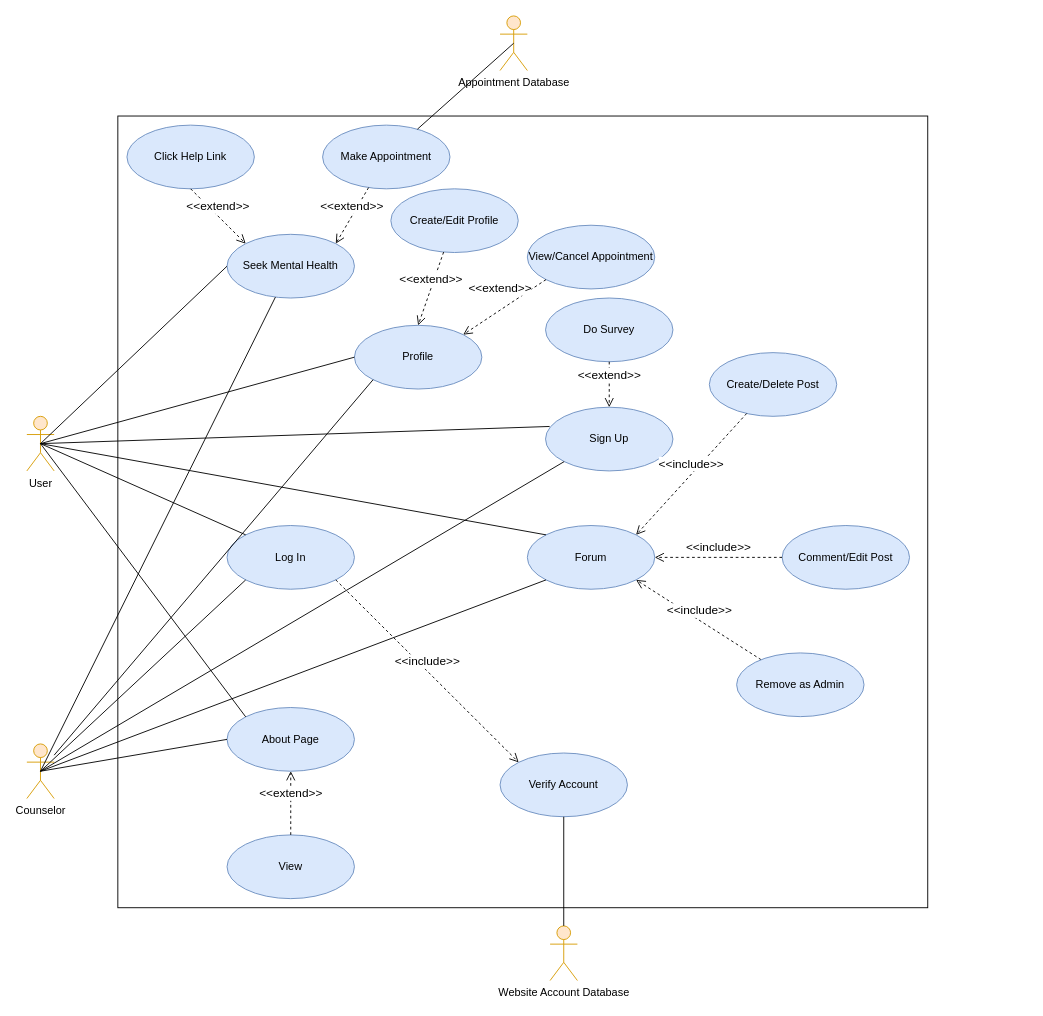
The draw.io diagram page "Use Case Diagram" (2 of 12) of Untitled Diagram.drawio in EliezerOng/CZ2006-Web-Devz, before the edit. Source tidied: cells renumbered, new cells numbered last; positions are measured from the earlier drawing's top-left corner, leaving out a move shared by most shapes. Both pictures are drawn from the tidied source at 91%, with x=0, y=0 at pixel (26, 15).
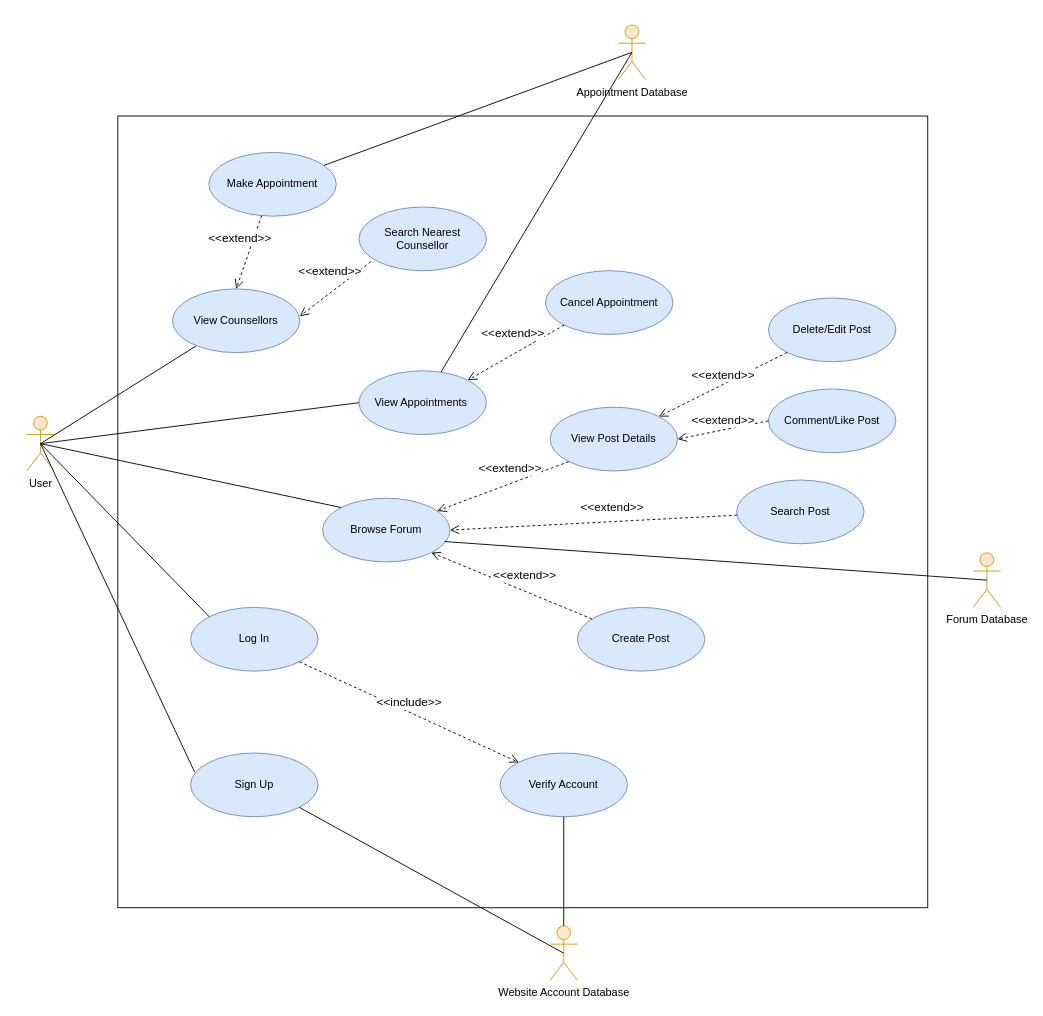
Above is the later version.

The change refers to these unchanged cells:
```xml
<mxCell id="3" value="User" style="shape=umlActor;verticalLabelPosition=bottom;verticalAlign=top;html=1;outlineConnect=0;fillColor=#ffe6cc;strokeColor=#d79b00;" parent="1" vertex="1">
  <mxGeometry y="440" width="30" height="60" as="geometry" />
</mxCell>
<mxCell id="36" value="Website Account Database" style="shape=umlActor;verticalLabelPosition=bottom;verticalAlign=top;html=1;fillColor=#ffe6cc;strokeColor=#d79b00;" parent="1" vertex="1">
  <mxGeometry x="575" y="1000" width="30" height="60" as="geometry" />
</mxCell>
```

Diff of the diagram source:
```diff
@@
-    <mxCell id="4" value="Counselor" style="shape=umlActor;verticalLabelPosition=bottom;verticalAlign=top;html=1;outlineConnect=0;fillColor=#ffe6cc;strokeColor=#d79b00;" parent="1" vertex="1">
-      <mxGeometry y="800" width="30" height="60" as="geometry" />
-    </mxCell>
     <mxCell id="5" value="Log In" style="ellipse;whiteSpace=wrap;html=1;fillColor=#dae8fc;strokeColor=#6c8ebf;" parent="1" vertex="1">
-      <mxGeometry x="220" y="560" width="140" height="70" as="geometry" />
+      <mxGeometry x="180" y="650" width="140" height="70" as="geometry" />
     </mxCell>
-    <mxCell id="6" style="endArrow=none;html=1;rounded=0;exitX=0.5;exitY=0.5;exitDx=0;exitDy=0;exitPerimeter=0;entryX=0;entryY=1;entryDx=0;entryDy=0;" parent="1" edge="1" source="4" target="5">
-      <mxGeometry relative="1" as="geometry" />
-    </mxCell>
@@
     <mxCell id="8" value="Sign Up" style="ellipse;whiteSpace=wrap;html=1;fillColor=#dae8fc;strokeColor=#6c8ebf;" parent="1" vertex="1">
-      <mxGeometry x="570" y="430" width="140" height="70" as="geometry" />
+      <mxGeometry x="180" y="810" width="140" height="70" as="geometry" />
     </mxCell>
@@
-    <mxCell id="10" style="endArrow=none;html=1;rounded=0;exitX=0.5;exitY=0.5;exitDx=0;exitDy=0;exitPerimeter=0;entryX=0;entryY=1;entryDx=0;entryDy=0;" parent="1" edge="1" source="4" target="8">
-      <mxGeometry relative="1" as="geometry" />
-    </mxCell>
-    <mxCell id="11" value="Forum" style="ellipse;whiteSpace=wrap;html=1;fillColor=#dae8fc;strokeColor=#6c8ebf;" parent="1" vertex="1">
-      <mxGeometry x="550" y="560" width="140" height="70" as="geometry" />
+    <mxCell id="11" value="Browse Forum" style="ellipse;whiteSpace=wrap;html=1;fillColor=#dae8fc;strokeColor=#6c8ebf;" parent="1" vertex="1">
+      <mxGeometry x="325" y="530" width="140" height="70" as="geometry" />
     </mxCell>
@@
-    <mxCell id="13" style="endArrow=none;html=1;rounded=0;entryX=0;entryY=1;entryDx=0;entryDy=0;exitX=0.5;exitY=0.5;exitDx=0;exitDy=0;exitPerimeter=0;" parent="1" edge="1" source="4" target="11">
-      <mxGeometry relative="1" as="geometry" />
-    </mxCell>
-    <mxCell id="14" value="Create/Delete Post" style="ellipse;whiteSpace=wrap;html=1;fillColor=#dae8fc;strokeColor=#6c8ebf;" parent="1" vertex="1">
-      <mxGeometry x="750" y="370" width="140" height="70" as="geometry" />
+    <mxCell id="14" value="Delete/Edit Post" style="ellipse;whiteSpace=wrap;html=1;fillColor=#dae8fc;strokeColor=#6c8ebf;" parent="1" vertex="1">
+      <mxGeometry x="815" y="310" width="140" height="70" as="geometry" />
     </mxCell>
-    <mxCell id="15" value="&lt;span style=&quot;font-size: 13px&quot;&gt;&amp;lt;&amp;lt;include&amp;gt;&amp;gt;&lt;/span&gt;" style="html=1;verticalAlign=bottom;endArrow=open;dashed=1;endSize=8;rounded=0;entryX=1;entryY=0;entryDx=0;entryDy=0;" parent="1" edge="1" source="14" target="11">
+    <mxCell id="15" value="&lt;span style=&quot;font-size: 13px;&quot;&gt;&amp;lt;&amp;lt;extend&amp;gt;&amp;gt;&lt;/span&gt;" style="html=1;verticalAlign=bottom;endArrow=open;dashed=1;endSize=8;rounded=0;" parent="1" edge="1" source="14" target="49">
       <mxGeometry relative="1" as="geometry" />
     </mxCell>
-    <mxCell id="16" value="Comment/Edit Post" style="ellipse;whiteSpace=wrap;html=1;fillColor=#dae8fc;strokeColor=#6c8ebf;" parent="1" vertex="1">
-      <mxGeometry x="830" y="560" width="140" height="70" as="geometry" />
+    <mxCell id="16" value="Comment/Like Post" style="ellipse;whiteSpace=wrap;html=1;fillColor=#dae8fc;strokeColor=#6c8ebf;" parent="1" vertex="1">
+      <mxGeometry x="815" y="410" width="140" height="70" as="geometry" />
     </mxCell>
-    <mxCell id="17" value="&lt;span style=&quot;font-size: 13px&quot;&gt;&amp;lt;&amp;lt;include&amp;gt;&amp;gt;&lt;/span&gt;" style="html=1;verticalAlign=bottom;endArrow=open;dashed=1;endSize=8;rounded=0;entryX=1;entryY=0.5;entryDx=0;entryDy=0;exitX=0;exitY=0.5;exitDx=0;exitDy=0;" parent="1" edge="1" source="16" target="11">
+    <mxCell id="17" value="&lt;span style=&quot;font-size: 13px;&quot;&gt;&amp;lt;&amp;lt;extend&amp;gt;&amp;gt;&lt;/span&gt;" style="html=1;verticalAlign=bottom;endArrow=open;dashed=1;endSize=8;rounded=0;exitX=0;exitY=0.5;exitDx=0;exitDy=0;entryX=1;entryY=0.5;entryDx=0;entryDy=0;" parent="1" edge="1" source="16" target="49">
       <mxGeometry relative="1" as="geometry" />
     </mxCell>
-    <mxCell id="18" value="&lt;font style=&quot;font-size: 13px&quot;&gt;&amp;lt;&amp;lt;include&amp;gt;&amp;gt;&lt;/font&gt;" style="html=1;verticalAlign=bottom;endArrow=open;dashed=1;endSize=8;rounded=0;entryX=1;entryY=1;entryDx=0;entryDy=0;" parent="1" edge="1" source="19" target="11">
-      <mxGeometry relative="1" as="geometry" />
-    </mxCell>
-    <mxCell id="19" value="Remove as Admin" style="ellipse;whiteSpace=wrap;html=1;fillColor=#dae8fc;strokeColor=#6c8ebf;" parent="1" vertex="1">
-      <mxGeometry x="780" y="700" width="140" height="70" as="geometry" />
-    </mxCell>
-    <mxCell id="20" value="Seek Mental Health" style="ellipse;whiteSpace=wrap;html=1;fillColor=#dae8fc;strokeColor=#6c8ebf;" parent="1" vertex="1">
-      <mxGeometry x="220" y="240" width="140" height="70" as="geometry" />
-    </mxCell>
-    <mxCell id="21" style="endArrow=none;html=1;rounded=0;exitX=0.5;exitY=0.5;exitDx=0;exitDy=0;exitPerimeter=0;entryX=0;entryY=0.5;entryDx=0;entryDy=0;" parent="1" edge="1" source="3" target="20">
+    <mxCell id="21" style="endArrow=none;html=1;rounded=0;exitX=0.5;exitY=0.5;exitDx=0;exitDy=0;exitPerimeter=0;" parent="1" edge="1" source="3" target="27">
       <mxGeometry relative="1" as="geometry" />
     </mxCell>
-    <mxCell id="22" style="endArrow=none;html=1;rounded=0;exitX=0.5;exitY=0.5;exitDx=0;exitDy=0;exitPerimeter=0;" parent="1" edge="1" source="4" target="20">
-      <mxGeometry relative="1" as="geometry" />
-    </mxCell>
-    <mxCell id="23" value="Do Survey" style="ellipse;whiteSpace=wrap;html=1;fillColor=#dae8fc;strokeColor=#6c8ebf;" parent="1" vertex="1">
-      <mxGeometry x="570" y="310" width="140" height="70" as="geometry" />
-    </mxCell>
-    <mxCell id="24" value="&lt;span style=&quot;font-size: 13px&quot;&gt;&amp;lt;&amp;lt;extend&amp;gt;&amp;gt;&lt;/span&gt;" style="html=1;verticalAlign=bottom;endArrow=open;dashed=1;endSize=8;rounded=0;entryX=0.5;entryY=0;entryDx=0;entryDy=0;exitX=0.5;exitY=1;exitDx=0;exitDy=0;" parent="1" edge="1" source="23" target="8">
-      <mxGeometry relative="1" as="geometry" />
-    </mxCell>
-    <mxCell id="25" value="Click Help Link" style="ellipse;whiteSpace=wrap;html=1;fillColor=#dae8fc;strokeColor=#6c8ebf;" parent="1" vertex="1">
-      <mxGeometry x="110" y="120" width="140" height="70" as="geometry" />
-    </mxCell>
-    <mxCell id="26" value="&lt;span style=&quot;font-size: 13px&quot;&gt;&amp;lt;&amp;lt;extend&amp;gt;&amp;gt;&lt;/span&gt;" style="html=1;verticalAlign=bottom;endArrow=open;dashed=1;endSize=8;rounded=0;entryX=0;entryY=0;entryDx=0;entryDy=0;exitX=0.5;exitY=1;exitDx=0;exitDy=0;" parent="1" edge="1" source="25" target="20">
-      <mxGeometry relative="1" as="geometry" />
-    </mxCell>
-    <mxCell id="27" value="Make Appointment" style="ellipse;whiteSpace=wrap;html=1;fillColor=#dae8fc;strokeColor=#6c8ebf;" parent="1" vertex="1">
-      <mxGeometry x="325" y="120" width="140" height="70" as="geometry" />
+    <mxCell id="27" value="View Counsellors" style="ellipse;whiteSpace=wrap;html=1;fillColor=#dae8fc;strokeColor=#6c8ebf;" parent="1" vertex="1">
+      <mxGeometry x="160" y="300" width="140" height="70" as="geometry" />
     </mxCell>
-    <mxCell id="28" value="&lt;span style=&quot;font-size: 13px&quot;&gt;&amp;lt;&amp;lt;extend&amp;gt;&amp;gt;&lt;/span&gt;" style="html=1;verticalAlign=bottom;endArrow=open;dashed=1;endSize=8;rounded=0;entryX=1;entryY=0;entryDx=0;entryDy=0;" parent="1" edge="1" source="27" target="20">
-      <mxGeometry relative="1" as="geometry" />
-    </mxCell>
-    <mxCell id="29" value="About Page" style="ellipse;whiteSpace=wrap;html=1;fillColor=#dae8fc;strokeColor=#6c8ebf;" parent="1" vertex="1">
-      <mxGeometry x="220" y="760" width="140" height="70" as="geometry" />
-    </mxCell>
-    <mxCell id="30" style="endArrow=none;html=1;rounded=0;exitX=0.5;exitY=0.5;exitDx=0;exitDy=0;exitPerimeter=0;entryX=0;entryY=0;entryDx=0;entryDy=0;" parent="1" edge="1" source="3" target="29">
-      <mxGeometry relative="1" as="geometry" />
-    </mxCell>
-    <mxCell id="31" style="endArrow=none;html=1;rounded=0;exitX=0.5;exitY=0.5;exitDx=0;exitDy=0;exitPerimeter=0;entryX=0;entryY=0.5;entryDx=0;entryDy=0;" parent="1" edge="1" source="4" target="29">
-      <mxGeometry relative="1" as="geometry" />
-    </mxCell>
-    <mxCell id="32" value="View" style="ellipse;whiteSpace=wrap;html=1;fillColor=#dae8fc;strokeColor=#6c8ebf;" parent="1" vertex="1">
-      <mxGeometry x="220" y="900" width="140" height="70" as="geometry" />
-    </mxCell>
-    <mxCell id="33" value="&lt;span style=&quot;font-size: 13px&quot;&gt;&amp;lt;&amp;lt;extend&amp;gt;&amp;gt;&lt;/span&gt;" style="html=1;verticalAlign=bottom;endArrow=open;dashed=1;endSize=8;rounded=0;entryX=0.5;entryY=1;entryDx=0;entryDy=0;" parent="1" edge="1" source="32" target="29">
-      <mxGeometry relative="1" as="geometry" />
-    </mxCell>
@@
     <mxCell id="38" value="Appointment Database" style="shape=umlActor;verticalLabelPosition=bottom;verticalAlign=top;html=1;fillColor=#ffe6cc;strokeColor=#d79b00;" parent="1" vertex="1">
-      <mxGeometry x="520" width="30" height="60" as="geometry" />
+      <mxGeometry x="650" y="10" width="30" height="60" as="geometry" />
     </mxCell>
-    <mxCell id="39" style="endArrow=none;html=1;rounded=0;entryX=0.5;entryY=0.5;entryDx=0;entryDy=0;entryPerimeter=0;" parent="1" edge="1" source="27" target="38">
-      <mxGeometry relative="1" as="geometry" />
-    </mxCell>
-    <mxCell id="40" value="Profile" style="ellipse;whiteSpace=wrap;html=1;fillColor=#dae8fc;strokeColor=#6c8ebf;" parent="1" vertex="1">
-      <mxGeometry x="360" y="340" width="140" height="70" as="geometry" />
+    <mxCell id="40" value="View Appointments&amp;nbsp;" style="ellipse;whiteSpace=wrap;html=1;fillColor=#dae8fc;strokeColor=#6c8ebf;" parent="1" vertex="1">
+      <mxGeometry x="365" y="390" width="140" height="70" as="geometry" />
     </mxCell>
@@
-    <mxCell id="42" style="endArrow=none;html=1;rounded=0;entryX=0;entryY=1;entryDx=0;entryDy=0;" parent="1" edge="1" source="4" target="40">
-      <mxGeometry relative="1" as="geometry" />
-    </mxCell>
-    <mxCell id="43" value="Create/Edit Profile" style="ellipse;whiteSpace=wrap;html=1;fillColor=#dae8fc;strokeColor=#6c8ebf;" parent="1" vertex="1">
-      <mxGeometry x="400" y="190" width="140" height="70" as="geometry" />
-    </mxCell>
-    <mxCell id="44" value="&lt;span style=&quot;font-size: 13px&quot;&gt;&amp;lt;&amp;lt;extend&amp;gt;&amp;gt;&lt;/span&gt;" style="html=1;verticalAlign=bottom;endArrow=open;dashed=1;endSize=8;rounded=0;entryX=0.5;entryY=0;entryDx=0;entryDy=0;" parent="1" edge="1" source="43" target="40">
-      <mxGeometry relative="1" as="geometry" />
-    </mxCell>
-    <mxCell id="45" value="View/Cancel Appointment" style="ellipse;whiteSpace=wrap;html=1;fillColor=#dae8fc;strokeColor=#6c8ebf;" parent="1" vertex="1">
-      <mxGeometry x="550" y="230" width="140" height="70" as="geometry" />
+    <mxCell id="45" value="Cancel Appointment" style="ellipse;whiteSpace=wrap;html=1;fillColor=#dae8fc;strokeColor=#6c8ebf;" parent="1" vertex="1">
+      <mxGeometry x="570" y="280" width="140" height="70" as="geometry" />
     </mxCell>
@@
+    <mxCell id="47" value="Search Post" style="ellipse;whiteSpace=wrap;html=1;fillColor=#dae8fc;strokeColor=#6c8ebf;" parent="1" vertex="1">
+      <mxGeometry x="780" y="510" width="140" height="70" as="geometry" />
+    </mxCell>
+    <mxCell id="48" value="&lt;span style=&quot;font-size: 13px;&quot;&gt;&amp;lt;&amp;lt;extend&amp;gt;&amp;gt;&lt;/span&gt;" style="html=1;verticalAlign=bottom;endArrow=open;dashed=1;endSize=8;rounded=0;entryX=1;entryY=0.5;entryDx=0;entryDy=0;" parent="1" edge="1" source="47" target="11">
+      <mxGeometry x="-0.13" y="-6" relative="1" as="geometry" />
+    </mxCell>
+    <mxCell id="49" value="View Post Details" style="ellipse;whiteSpace=wrap;html=1;fillColor=#dae8fc;strokeColor=#6c8ebf;" parent="1" vertex="1">
+      <mxGeometry x="575" y="430" width="140" height="70" as="geometry" />
+    </mxCell>
+    <mxCell id="50" value="&lt;span style=&quot;font-size: 13px;&quot;&gt;&amp;lt;&amp;lt;extend&amp;gt;&amp;gt;&lt;/span&gt;" style="html=1;verticalAlign=bottom;endArrow=open;dashed=1;endSize=8;rounded=0;exitX=0;exitY=1;exitDx=0;exitDy=0;" parent="1" edge="1" source="49" target="11">
+      <mxGeometry x="-0.13" y="-6" relative="1" as="geometry" />
+    </mxCell>
+    <mxCell id="51" value="Create Post" style="ellipse;whiteSpace=wrap;html=1;fillColor=#dae8fc;strokeColor=#6c8ebf;" parent="1" vertex="1">
+      <mxGeometry x="605" y="650" width="140" height="70" as="geometry" />
+    </mxCell>
+    <mxCell id="52" value="&lt;span style=&quot;font-size: 13px;&quot;&gt;&amp;lt;&amp;lt;extend&amp;gt;&amp;gt;&lt;/span&gt;" style="html=1;verticalAlign=bottom;endArrow=open;dashed=1;endSize=8;rounded=0;entryX=1;entryY=1;entryDx=0;entryDy=0;" parent="1" edge="1" source="51" target="11">
+      <mxGeometry x="-0.13" y="-6" relative="1" as="geometry" />
+    </mxCell>
+    <mxCell id="53" value="Make Appointment" style="ellipse;whiteSpace=wrap;html=1;fillColor=#dae8fc;strokeColor=#6c8ebf;" parent="1" vertex="1">
+      <mxGeometry x="200" y="150" width="140" height="70" as="geometry" />
+    </mxCell>
+    <mxCell id="44" value="&lt;span style=&quot;font-size: 13px&quot;&gt;&amp;lt;&amp;lt;extend&amp;gt;&amp;gt;&lt;/span&gt;" style="html=1;verticalAlign=bottom;endArrow=open;dashed=1;endSize=8;rounded=0;entryX=0.5;entryY=0;entryDx=0;entryDy=0;" parent="1" edge="1" source="53" target="27">
+      <mxGeometry x="-0.03" y="-11" relative="1" as="geometry" />
+    </mxCell>
+    <mxCell id="54" style="endArrow=none;html=1;rounded=0;entryX=0.5;entryY=0.5;entryDx=0;entryDy=0;entryPerimeter=0;" parent="1" edge="1" source="53" target="38">
+      <mxGeometry relative="1" as="geometry" />
+    </mxCell>
+    <mxCell id="55" value="Forum Database" style="shape=umlActor;verticalLabelPosition=bottom;verticalAlign=top;html=1;fillColor=#ffe6cc;strokeColor=#d79b00;" parent="1" vertex="1">
+      <mxGeometry x="1040" y="590" width="30" height="60" as="geometry" />
+    </mxCell>
+    <mxCell id="56" style="endArrow=none;html=1;rounded=0;exitX=0.957;exitY=0.68;exitDx=0;exitDy=0;entryX=0.5;entryY=0.5;entryDx=0;entryDy=0;entryPerimeter=0;exitPerimeter=0;" parent="1" edge="1" source="11" target="55">
+      <mxGeometry relative="1" as="geometry" />
+    </mxCell>
+    <mxCell id="57" style="endArrow=none;html=1;rounded=0;exitX=0.5;exitY=0.5;exitDx=0;exitDy=0;exitPerimeter=0;entryX=1;entryY=1;entryDx=0;entryDy=0;" parent="1" edge="1" source="36" target="8">
+      <mxGeometry relative="1" as="geometry" />
+    </mxCell>
+    <mxCell id="58" style="endArrow=none;html=1;rounded=0;entryX=0.5;entryY=0.5;entryDx=0;entryDy=0;entryPerimeter=0;" parent="1" edge="1" source="40" target="38">
+      <mxGeometry relative="1" as="geometry" />
+    </mxCell>
+    <mxCell id="59" value="Search Nearest Counsellor" style="ellipse;whiteSpace=wrap;html=1;fillColor=#dae8fc;strokeColor=#6c8ebf;" parent="1" vertex="1">
+      <mxGeometry x="365" y="210" width="140" height="70" as="geometry" />
+    </mxCell>
+    <mxCell id="60" value="&lt;span style=&quot;font-size: 13px&quot;&gt;&amp;lt;&amp;lt;extend&amp;gt;&amp;gt;&lt;/span&gt;" style="html=1;verticalAlign=bottom;endArrow=open;dashed=1;endSize=8;rounded=0;entryX=1;entryY=0.429;entryDx=0;entryDy=0;exitX=0.093;exitY=0.857;exitDx=0;exitDy=0;entryPerimeter=0;exitPerimeter=0;" parent="1" edge="1" source="59" target="27">
+      <mxGeometry x="-0.03" y="-11" relative="1" as="geometry" />
+    </mxCell>
```
